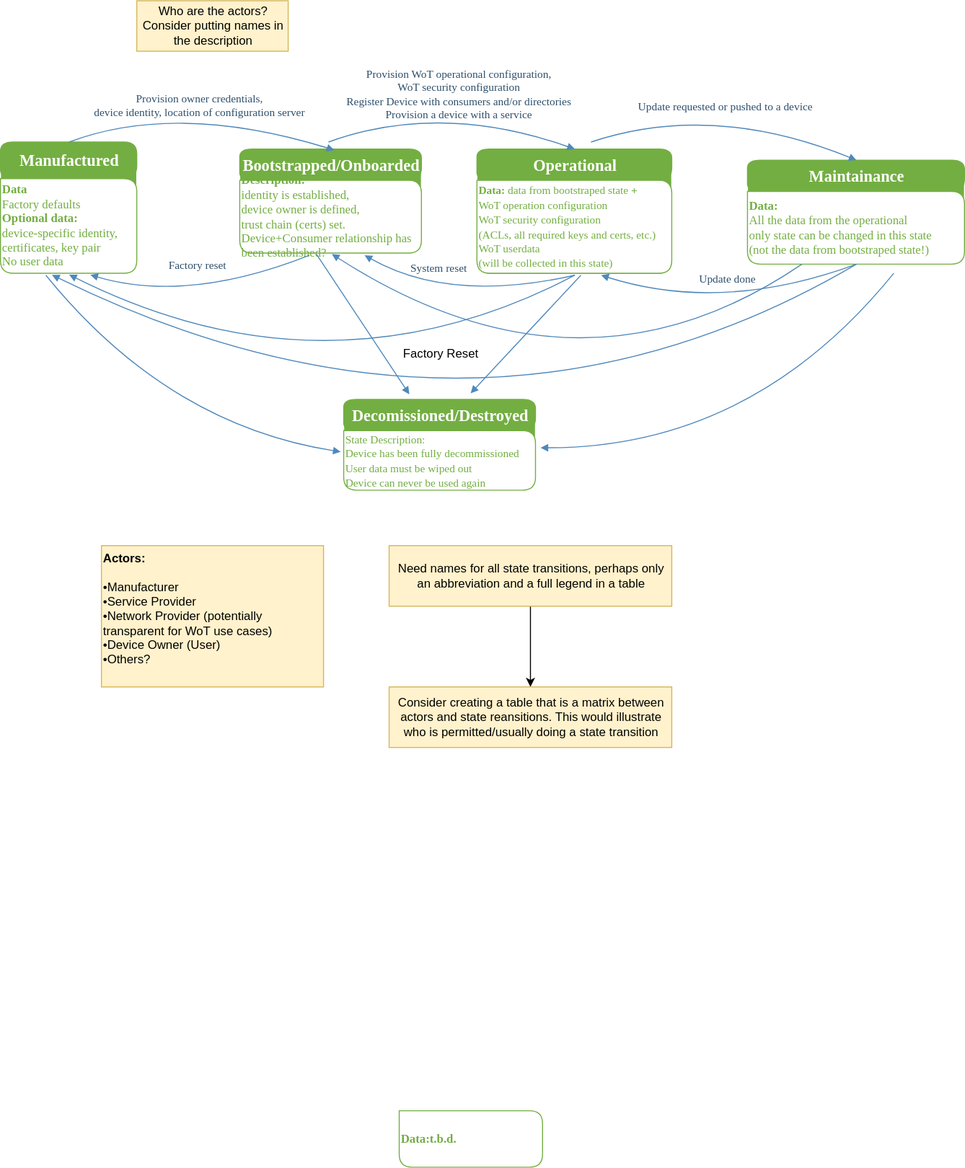
w3c/wot-architecture keeps this draw.io diagram as proposals/WoT lifecycle diagram-WoT new lifecycle.svg. Above is the earlier version. Source tidied: cells renumbered, new cells last; positions are measured from the earlier drawing's top-left corner, leaving out a move shared by most shapes.
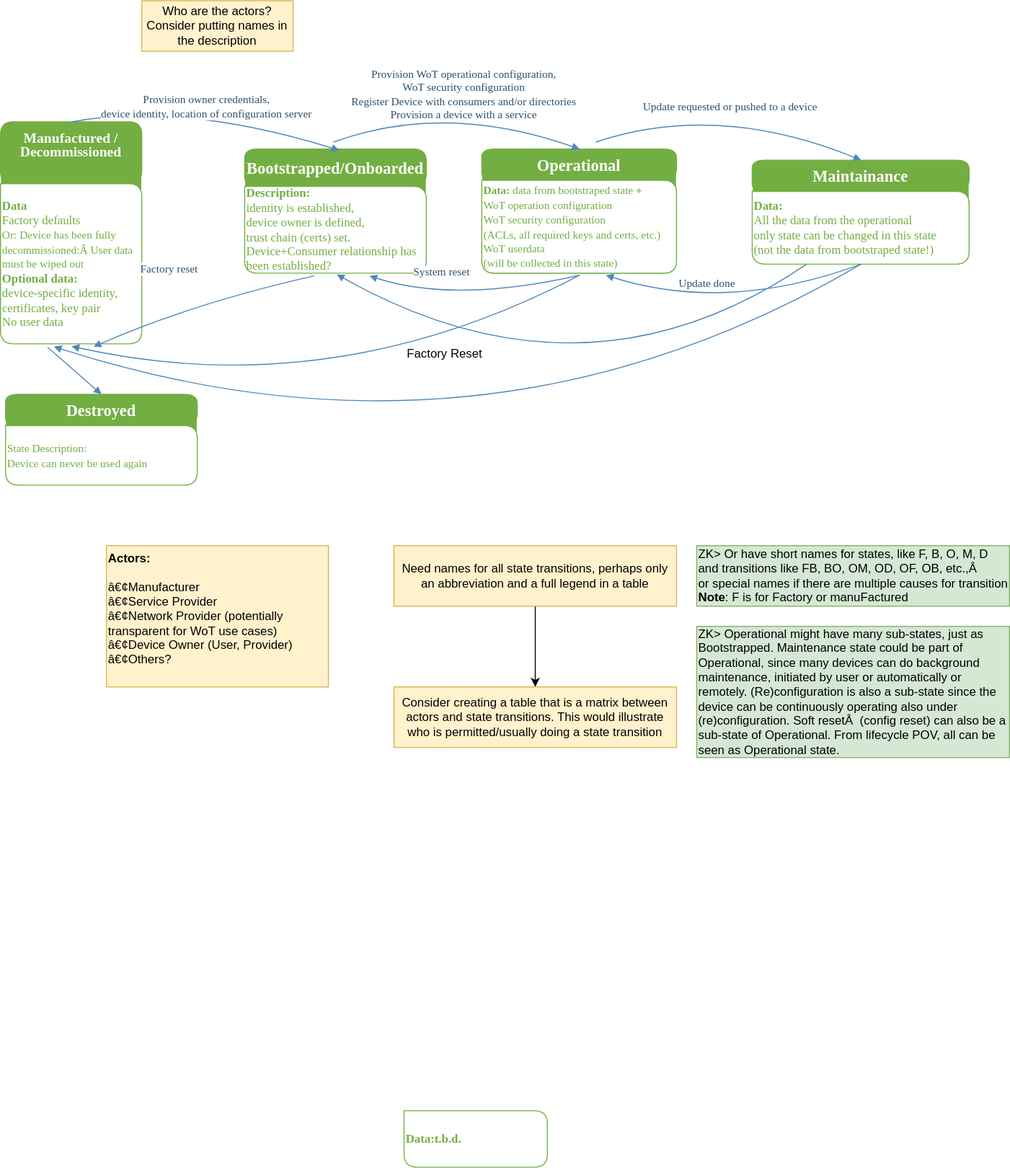
Above is the later version.

Commit message:
Update lifecycle diagram to the latest version

Change to the diagram source:
```diff
@@ -3,22 +3,22 @@
     <mxCell id="0" />
     <mxCell id="1" parent="0" />
     <mxCell id="2" style="vsdxID=24;fillColor=#73ae42;gradientColor=none;shape=(stored shape, 192 characters);strokeColor=#ffffff;labelBackgroundColor=none;rounded=1;html=1;whiteSpace=wrap;" parent="1" vertex="1">
-      <mxGeometry y="140" width="135" height="130" as="geometry" />
+      <mxGeometry x="-5" y="120" width="140" height="220" as="geometry" />
     </mxCell>
-    <mxCell id="3" value="&lt;font style=&quot;font-size:16px;font-family:Calibri;color:#ffffff;direction:ltr;letter-spacing:0px;line-height:120%;opacity:1&quot;&gt;&lt;b&gt;Manufactured&lt;br/&gt;&lt;/b&gt;&lt;/font&gt;" style="verticalAlign=middle;align=center;vsdxID=25;fillColor=#73ae42;gradientColor=none;shape=(stored shape, 196 characters);strokeColor=#73ae42;labelBackgroundColor=none;rounded=1;html=1;whiteSpace=wrap;" parent="2" vertex="1">
-      <mxGeometry width="135" height="36.3" as="geometry" />
+    <mxCell id="3" value="&lt;font style=&quot;font-family: &amp;#34;calibri&amp;#34; ; color: rgb(255 , 255 , 255) ; direction: ltr ; letter-spacing: 0px ; line-height: 120% ; opacity: 1&quot;&gt;&lt;b&gt;&lt;font style=&quot;font-size: 14px&quot;&gt;Manufactured / Decommissioned&lt;br&gt;&lt;/font&gt;&lt;br&gt;&lt;/b&gt;&lt;/font&gt;" style="verticalAlign=middle;align=center;vsdxID=25;fillColor=#73ae42;gradientColor=none;shape=(stored shape, 196 characters);strokeColor=#73ae42;labelBackgroundColor=none;rounded=1;html=1;whiteSpace=wrap;" parent="2" vertex="1">
+      <mxGeometry width="140" height="61.4" as="geometry" />
     </mxCell>
-    <mxCell id="4" value="&lt;font style=&quot;font-size: 12px ; font-family: &amp;#34;calibri&amp;#34; ; color: #73ae42 ; direction: ltr ; letter-spacing: 0px ; line-height: 120% ; opacity: 1&quot;&gt;&lt;b&gt;Data&lt;/b&gt;&lt;br&gt;Factory defaults&lt;br&gt;&lt;b&gt;Optional data:&lt;/b&gt;&lt;br&gt;&lt;/font&gt;&lt;font style=&quot;font-size: 12px ; font-family: &amp;#34;themed&amp;#34; ; color: #73ae42 ; direction: ltr ; letter-spacing: 0px ; line-height: 120% ; opacity: 1&quot;&gt;device-specific identity,&lt;br&gt;certificates, key pair&lt;br&gt;No user data&lt;br&gt;&lt;/font&gt;" style="verticalAlign=middle;align=left;vsdxID=26;fillColor=#ffffff;gradientColor=none;shape=(stored shape, 196 characters);strokeColor=#73ae42;labelBackgroundColor=none;rounded=1;html=1;whiteSpace=wrap;" parent="2" vertex="1">
-      <mxGeometry y="36.3" width="135" height="93.7" as="geometry" />
+    <mxCell id="4" value="&lt;font style=&quot;font-size: 12px ; font-family: &amp;#34;calibri&amp;#34; ; color: #73ae42 ; direction: ltr ; letter-spacing: 0px ; line-height: 120% ; opacity: 1&quot;&gt;&lt;b&gt;Data&lt;/b&gt;&lt;br&gt;Factory defaults&lt;br&gt;&lt;span style=&quot;font-size: 11px&quot;&gt;Or: Device has been fully decommissioned:&amp;nbsp;&lt;/span&gt;&lt;span style=&quot;font-size: 11px&quot;&gt;User data must be wiped out&lt;/span&gt;&lt;br style=&quot;font-size: 11px&quot;&gt;&lt;b&gt;Optional data:&lt;/b&gt;&lt;br&gt;&lt;/font&gt;&lt;font style=&quot;font-size: 12px ; font-family: &amp;#34;themed&amp;#34; ; color: #73ae42 ; direction: ltr ; letter-spacing: 0px ; line-height: 120% ; opacity: 1&quot;&gt;device-specific identity,&lt;br&gt;certificates, key pair&lt;br&gt;No user data&lt;br&gt;&lt;/font&gt;" style="verticalAlign=middle;align=left;vsdxID=26;fillColor=#ffffff;gradientColor=none;shape=(stored shape, 196 characters);strokeColor=#73ae42;labelBackgroundColor=none;rounded=1;html=1;whiteSpace=wrap;" parent="2" vertex="1">
+      <mxGeometry y="61.4" width="140" height="158.6" as="geometry" />
     </mxCell>
     <mxCell id="5" style="vsdxID=28;fillColor=#73ae42;gradientColor=none;shape=(stored shape, 192 characters);strokeColor=#ffffff;labelBackgroundColor=none;rounded=1;html=1;whiteSpace=wrap;" parent="1" vertex="1">
-      <mxGeometry x="237" y="147" width="180" height="103" as="geometry" />
+      <mxGeometry x="237" y="147" width="180" height="123" as="geometry" />
     </mxCell>
     <mxCell id="6" value="&lt;font style=&quot;font-size: 16px ; font-family: &amp;#34;calibri&amp;#34; ; color: #ffffff ; direction: ltr ; letter-spacing: 0px ; line-height: 120% ; opacity: 1&quot;&gt;&lt;b&gt;Bootstrapped/Onboarded&lt;br&gt;&lt;/b&gt;&lt;/font&gt;" style="verticalAlign=middle;align=center;vsdxID=29;fillColor=#73ae42;gradientColor=none;shape=(stored shape, 196 characters);strokeColor=#73ae42;labelBackgroundColor=none;rounded=1;html=1;whiteSpace=wrap;" parent="5" vertex="1">
-      <mxGeometry width="180" height="31" as="geometry" />
+      <mxGeometry width="180" height="37" as="geometry" />
     </mxCell>
     <mxCell id="7" value="&lt;font style=&quot;font-size: 12px ; font-family: &amp;#34;calibri&amp;#34; ; color: #73ae42 ; direction: ltr ; letter-spacing: 0px ; line-height: 120% ; opacity: 1&quot;&gt;&lt;b&gt;Description:&lt;/b&gt;&lt;br&gt;&lt;/font&gt;&lt;font style=&quot;font-size: 12px ; font-family: &amp;#34;themed&amp;#34; ; color: #73ae42 ; direction: ltr ; letter-spacing: 0px ; line-height: 120% ; opacity: 1&quot;&gt;identity is established, &lt;br&gt;device owner is defined, &lt;br&gt;trust chain (certs) set.&lt;br&gt;Device+Consumer relationship has been established?&lt;br&gt;&lt;/font&gt;" style="verticalAlign=middle;align=left;vsdxID=30;fillColor=#ffffff;gradientColor=none;shape=(stored shape, 196 characters);strokeColor=#73ae42;labelBackgroundColor=none;rounded=1;html=1;whiteSpace=wrap;" parent="5" vertex="1">
-      <mxGeometry y="31" width="180" height="72" as="geometry" />
+      <mxGeometry y="37" width="180" height="86" as="geometry" />
     </mxCell>
     <mxCell id="8" style="vsdxID=31;fillColor=#73ae42;gradientColor=none;shape=(stored shape, 192 characters);strokeColor=#ffffff;labelBackgroundColor=none;rounded=1;html=1;whiteSpace=wrap;" parent="1" vertex="1">
       <mxGeometry x="472" y="147" width="193" height="124" as="geometry" />
@@ -30,12 +30,12 @@
       <mxGeometry y="31" width="193" height="92" as="geometry" />
     </mxCell>
     <mxCell id="11" style="vsdxID=34;fillColor=#73ae42;gradientColor=none;shape=(stored shape, 192 characters);strokeColor=#ffffff;labelBackgroundColor=none;rounded=1;html=1;whiteSpace=wrap;" parent="1" vertex="1">
-      <mxGeometry x="340" y="395" width="190" height="90" as="geometry" />
+      <mxGeometry y="390" width="190" height="90" as="geometry" />
     </mxCell>
-    <mxCell id="12" value="&lt;font style=&quot;font-size: 16px ; font-family: &amp;#34;calibri&amp;#34; ; color: #ffffff ; direction: ltr ; letter-spacing: 0px ; line-height: 120% ; opacity: 1&quot;&gt;&lt;b&gt;Decomissioned/Destroyed&lt;br&gt;&lt;/b&gt;&lt;/font&gt;" style="verticalAlign=middle;align=center;vsdxID=35;fillColor=#73ae42;gradientColor=none;shape=(stored shape, 196 characters);strokeColor=#73ae42;labelBackgroundColor=none;rounded=1;html=1;whiteSpace=wrap;" parent="11" vertex="1">
+    <mxCell id="12" value="&lt;font style=&quot;font-size: 16px ; font-family: &amp;#34;calibri&amp;#34; ; color: #ffffff ; direction: ltr ; letter-spacing: 0px ; line-height: 120% ; opacity: 1&quot;&gt;&lt;b&gt;Destroyed&lt;br&gt;&lt;/b&gt;&lt;/font&gt;" style="verticalAlign=middle;align=center;vsdxID=35;fillColor=#73ae42;gradientColor=none;shape=(stored shape, 196 characters);strokeColor=#73ae42;labelBackgroundColor=none;rounded=1;html=1;whiteSpace=wrap;" parent="11" vertex="1">
       <mxGeometry width="190" height="31" as="geometry" />
     </mxCell>
-    <mxCell id="13" value="&lt;font style=&quot;font-size: 11px ; font-family: &amp;#34;calibri&amp;#34; ; color: #73ae42 ; direction: ltr ; letter-spacing: 0px ; line-height: 120% ; opacity: 1&quot;&gt;State Description:&lt;br&gt;Device has been fully decommissioned&lt;br&gt;User data must be wiped out&lt;br&gt;Device can never be used again&lt;br&gt;&lt;/font&gt;" style="verticalAlign=middle;align=left;vsdxID=36;fillColor=#ffffff;gradientColor=none;shape=(stored shape, 196 characters);strokeColor=#73ae42;labelBackgroundColor=none;rounded=1;html=1;whiteSpace=wrap;" parent="11" vertex="1">
+    <mxCell id="13" value="&lt;font style=&quot;font-size: 11px ; font-family: &amp;#34;calibri&amp;#34; ; color: #73ae42 ; direction: ltr ; letter-spacing: 0px ; line-height: 120% ; opacity: 1&quot;&gt;State Description:&lt;br&gt;Device can never be used again&lt;br&gt;&lt;/font&gt;" style="verticalAlign=middle;align=left;vsdxID=36;fillColor=#ffffff;gradientColor=none;shape=(stored shape, 196 characters);strokeColor=#73ae42;labelBackgroundColor=none;rounded=1;html=1;whiteSpace=wrap;" parent="11" vertex="1">
       <mxGeometry y="31" width="190" height="59" as="geometry" />
     </mxCell>
     <mxCell id="14" style="vsdxID=37;fillColor=#73ae42;gradientColor=none;shape=(stored shape, 192 characters);strokeColor=#ffffff;labelBackgroundColor=none;rounded=1;html=1;whiteSpace=wrap;" parent="1" vertex="1">
@@ -47,20 +47,10 @@
     <mxCell id="16" value="&lt;font style=&quot;font-size:12px;font-family:Calibri;color:#73ae42;direction:ltr;letter-spacing:0px;line-height:120%;opacity:1&quot;&gt;&lt;b&gt;Data:&lt;br/&gt;&lt;/b&gt;&lt;/font&gt;&lt;font style=&quot;font-size:12px;font-family:Themed;color:#73ae42;direction:ltr;letter-spacing:0px;line-height:120%;opacity:1&quot;&gt;All the data from the operational &lt;br/&gt;only state can be changed in this state&lt;br/&gt;(not the data from bootstraped state!) &lt;br/&gt;&lt;/font&gt;" style="verticalAlign=middle;align=left;vsdxID=39;fillColor=#ffffff;gradientColor=none;shape=(stored shape, 196 characters);strokeColor=#73ae42;labelBackgroundColor=none;rounded=1;html=1;whiteSpace=wrap;" parent="14" vertex="1">
       <mxGeometry y="31" width="215" height="72" as="geometry" />
     </mxCell>
-    <mxCell id="17" style="vsdxID=88;edgeStyle=none;startArrow=none;endArrow=block;startSize=5;endSize=5;strokeColor=#5088bb;spacingTop=0;spacingBottom=0;spacingLeft=0;spacingRight=0;verticalAlign=middle;html=1;labelBackgroundColor=#FFFFFF;align=center;jumpStyle=arc;jumpSize=8;curved=1;" parent="1" edge="1">
-      <mxGeometry relative="1" as="geometry">
-        <mxPoint x="885" y="270" as="sourcePoint" />
-        <mxPoint x="535" y="443" as="targetPoint" />
-        <Array as="points">
-          <mxPoint x="745" y="443" />
-        </Array>
-      </mxGeometry>
-    </mxCell>
-    <mxCell id="18" style="vsdxID=61;edgeStyle=none;startArrow=none;endArrow=block;startSize=5;endSize=5;strokeColor=#5088bb;spacingTop=0;spacingBottom=0;spacingLeft=0;spacingRight=0;verticalAlign=middle;html=1;labelBackgroundColor=#ffffff;jumpStyle=arc;jumpSize=8;curved=1;exitX=0.333;exitY=1.021;exitDx=0;exitDy=0;exitPerimeter=0;" parent="1" edge="1" source="4">
+    <mxCell id="18" style="vsdxID=61;edgeStyle=none;startArrow=none;endArrow=block;startSize=5;endSize=5;strokeColor=#5088bb;spacingTop=0;spacingBottom=0;spacingLeft=0;spacingRight=0;verticalAlign=middle;html=1;labelBackgroundColor=#ffffff;jumpStyle=arc;jumpSize=8;curved=1;exitX=0.333;exitY=1.021;exitDx=0;exitDy=0;exitPerimeter=0;" parent="1" edge="1" source="4" target="12">
       <mxGeometry relative="1" as="geometry">
-        <mxPoint x="337" y="447" as="targetPoint" />
         <Array as="points">
-          <mxPoint x="165" y="420" />
+          <mxPoint x="95" y="390" />
         </Array>
       </mxGeometry>
     </mxCell>
@@ -85,16 +75,6 @@
         </Array>
       </mxGeometry>
     </mxCell>
-    <mxCell id="22" style="vsdxID=89;edgeStyle=none;startArrow=none;endArrow=block;startSize=5;endSize=5;strokeColor=#5088bb;spacingTop=0;spacingBottom=0;spacingLeft=0;spacingRight=0;verticalAlign=middle;html=1;labelBackgroundColor=#FFFFFF;align=center;entryX=0.662;entryY=-0.194;entryDx=0;entryDy=0;entryPerimeter=0;jumpStyle=arc;jumpSize=8;curved=1;" parent="1" edge="1" target="12">
-      <mxGeometry relative="1" as="geometry">
-        <mxPoint x="575" y="272" as="sourcePoint" />
-      </mxGeometry>
-    </mxCell>
-    <mxCell id="23" style="vsdxID=87;edgeStyle=none;startArrow=none;endArrow=block;startSize=5;endSize=5;strokeColor=#5088bb;spacingTop=0;spacingBottom=0;spacingLeft=0;spacingRight=0;verticalAlign=middle;html=1;labelBackgroundColor=#ffffff;exitX=0.423;exitY=1.019;exitDx=0;exitDy=0;exitPerimeter=0;jumpStyle=arc;jumpSize=8;curved=1;" parent="1" edge="1" source="7">
-      <mxGeometry relative="1" as="geometry">
-        <mxPoint x="405" y="390" as="targetPoint" />
-      </mxGeometry>
-    </mxCell>
     <mxCell id="24" value="&lt;font style=&quot;font-size: 11px ; color: rgb(46 , 79 , 108) ; direction: ltr ; letter-spacing: 0px ; line-height: 120% ; opacity: 1&quot;&gt;&lt;font face=&quot;calibri&quot;&gt;System reset&lt;/font&gt;&lt;br&gt;&lt;/font&gt;" style="vsdxID=59;edgeStyle=none;startArrow=none;endArrow=block;startSize=5;endSize=5;strokeColor=#5088bb;spacingTop=0;spacingBottom=0;spacingLeft=0;spacingRight=0;verticalAlign=middle;html=1;labelBackgroundColor=#ffffff;align=center;exitX=0.5025906735751295;exitY=1.0080645161290323;exitDx=0;exitDy=0;exitPerimeter=0;entryX=0.687;entryY=1.031;entryDx=0;entryDy=0;entryPerimeter=0;jumpStyle=arc;jumpSize=8;curved=1;" parent="1" edge="1" source="8" target="7">
       <mxGeometry x="0.38" y="-25" relative="1" as="geometry">
         <Array as="points">
@@ -128,7 +108,7 @@
       </mxGeometry>
     </mxCell>
     <mxCell id="28" value="&lt;font style=&quot;font-size:11px;font-family:Calibri;color:#2e4f6c;direction:ltr;letter-spacing:0px;line-height:120%;opacity:1&quot;&gt;Update done&lt;/font&gt;&lt;font style=&quot;font-size:11px;font-family:Themed;color:#2e4f6c;direction:ltr;letter-spacing:0px;line-height:120%;opacity:1&quot;&gt;&lt;br/&gt;&lt;/font&gt;" style="vsdxID=56;edgeStyle=none;startArrow=none;endArrow=block;startSize=5;endSize=5;strokeColor=#5088bb;spacingTop=0;spacingBottom=0;spacingLeft=0;spacingRight=0;verticalAlign=middle;html=1;labelBackgroundColor=#ffffff;align=center;exitX=0.5023255813953489;exitY=1;exitDx=0;exitDy=0;exitPerimeter=0;jumpStyle=arc;jumpSize=8;curved=1;" parent="1" edge="1" source="14">
-      <mxGeometry x="0.1" y="-34" relative="1" as="geometry">
+      <mxGeometry x="0.27" y="-23" relative="1" as="geometry">
         <mxPoint x="595" y="272" as="targetPoint" />
         <Array as="points">
           <mxPoint x="715" y="310" />
@@ -155,17 +135,23 @@
     <mxCell id="33" value="Need names for all state transitions, perhaps only an abbreviation and a full legend in a table" style="text;html=1;strokeColor=#d6b656;fillColor=#fff2cc;align=center;verticalAlign=middle;whiteSpace=wrap;rounded=0;" parent="1" vertex="1">
       <mxGeometry x="385" y="540" width="280" height="60" as="geometry" />
     </mxCell>
-    <mxCell id="34" value="Consider creating a table that is a matrix between actors and state reansitions. This would illustrate who is permitted/usually doing a state transition" style="text;html=1;strokeColor=#d6b656;fillColor=#fff2cc;align=center;verticalAlign=middle;whiteSpace=wrap;rounded=0;" parent="1" vertex="1">
+    <mxCell id="34" value="Consider creating a table that is a matrix between actors and state transitions. This would illustrate who is permitted/usually doing a state transition" style="text;html=1;strokeColor=#d6b656;fillColor=#fff2cc;align=center;verticalAlign=middle;whiteSpace=wrap;rounded=0;" parent="1" vertex="1">
       <mxGeometry x="385" y="680" width="280" height="60" as="geometry" />
     </mxCell>
     <mxCell id="35" value="Factory Reset" style="text;html=1;strokeColor=none;fillColor=none;align=center;verticalAlign=middle;whiteSpace=wrap;rounded=0;" parent="1" vertex="1">
       <mxGeometry x="393.5" y="340" width="83" height="20" as="geometry" />
     </mxCell>
-    <mxCell id="36" value="&lt;div&gt;&lt;b&gt;Actors:&lt;/b&gt;&lt;/div&gt;&lt;div&gt;&lt;br&gt;&lt;/div&gt;&lt;div&gt;•Manufacturer&lt;/div&gt;&lt;div&gt;•Service Provider&lt;/div&gt;&lt;div&gt;•Network Provider (potentially transparent for WoT use cases)&lt;/div&gt;&lt;div&gt;•Device Owner (User)&lt;/div&gt;&lt;div&gt;•Others?&lt;/div&gt;&lt;div&gt;&lt;br&gt;&lt;/div&gt;" style="text;html=1;strokeColor=#d6b656;fillColor=#fff2cc;align=left;verticalAlign=middle;whiteSpace=wrap;rounded=0;" parent="1" vertex="1">
+    <mxCell id="36" value="&lt;div&gt;&lt;b&gt;Actors:&lt;/b&gt;&lt;/div&gt;&lt;div&gt;&lt;br&gt;&lt;/div&gt;&lt;div&gt;•Manufacturer&lt;/div&gt;&lt;div&gt;•Service Provider&lt;/div&gt;&lt;div&gt;•Network Provider (potentially transparent for WoT use cases)&lt;/div&gt;&lt;div&gt;•Device Owner (User, Provider)&lt;/div&gt;&lt;div&gt;•Others?&lt;/div&gt;&lt;div&gt;&lt;br&gt;&lt;/div&gt;" style="text;html=1;strokeColor=#d6b656;fillColor=#fff2cc;align=left;verticalAlign=middle;whiteSpace=wrap;rounded=0;" parent="1" vertex="1">
       <mxGeometry x="100" y="540" width="220" height="140" as="geometry" />
     </mxCell>
     <mxCell id="37" value="&lt;font style=&quot;font-size: 12px ; font-family: &amp;#34;calibri&amp;#34; ; color: #73ae42 ; direction: ltr ; letter-spacing: 0px ; line-height: 120% ; opacity: 1&quot;&gt;&lt;b&gt;Data:t.b.d.&lt;/b&gt;&lt;/font&gt;&lt;font style=&quot;font-size: 12px ; font-family: &amp;#34;themed&amp;#34; ; color: #73ae42 ; direction: ltr ; letter-spacing: 0px ; line-height: 120% ; opacity: 1&quot;&gt;&lt;br&gt;&lt;/font&gt;" style="verticalAlign=middle;align=left;vsdxID=30;fillColor=#ffffff;gradientColor=none;shape=(stored shape, 196 characters);strokeColor=#73ae42;labelBackgroundColor=none;rounded=1;html=1;whiteSpace=wrap;" parent="1" vertex="1">
       <mxGeometry x="395" y="1100" width="142" height="55.9" as="geometry" />
     </mxCell>
+    <mxCell id="38" value="ZK&amp;gt; Or have short names for states, like F, B, O, M, D&lt;br&gt;and transitions like FB, BO, OM, OD, OF, OB, etc.,&amp;nbsp;&lt;br&gt;or special names if there are multiple causes for transition&lt;br&gt;&lt;b&gt;Note&lt;/b&gt;: F is for Factory or manuFactured" style="text;html=1;strokeColor=#82b366;fillColor=#d5e8d4;align=left;verticalAlign=middle;whiteSpace=wrap;rounded=0;" parent="1" vertex="1">
+      <mxGeometry x="685" y="540" width="310" height="60" as="geometry" />
+    </mxCell>
+    <mxCell id="39" value="ZK&amp;gt; Operational might have many sub-states, just as Bootstrapped. Maintenance state could be part of Operational, since many devices can do background maintenance, initiated by user or automatically or remotely. (Re)configuration is also a sub-state since the device can be continuously operating also under (re)configuration. Soft reset&amp;nbsp; (config reset) can also be a sub-state of Operational. From lifecycle POV, all can be seen as Operational state." style="text;html=1;strokeColor=#82b366;fillColor=#d5e8d4;align=left;verticalAlign=middle;whiteSpace=wrap;rounded=0;" parent="1" vertex="1">
+      <mxGeometry x="685" y="620" width="310" height="130" as="geometry" />
+    </mxCell>
   </root>
 </mxGraphModel>
```
